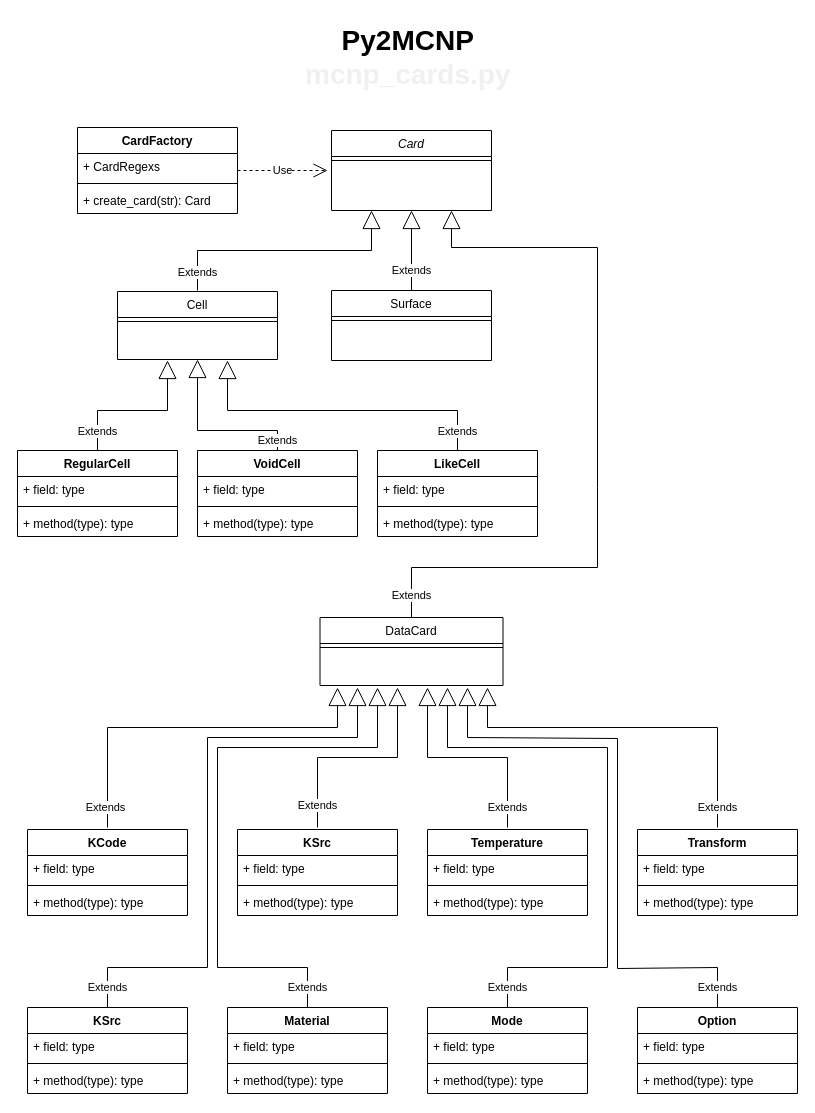
Before: Template_Editor/Diagrams/MCNPCardsDiagram.drawio in dbeauch/MUSE, a draw.io diagram. Source tidied: cells renumbered, new cells numbered last; positions are measured from the earlier drawing's top-left corner, leaving out a move shared by most shapes. Both pictures are drawn from the tidied source at 100%, with x=0, y=0 at pixel (17, 17).
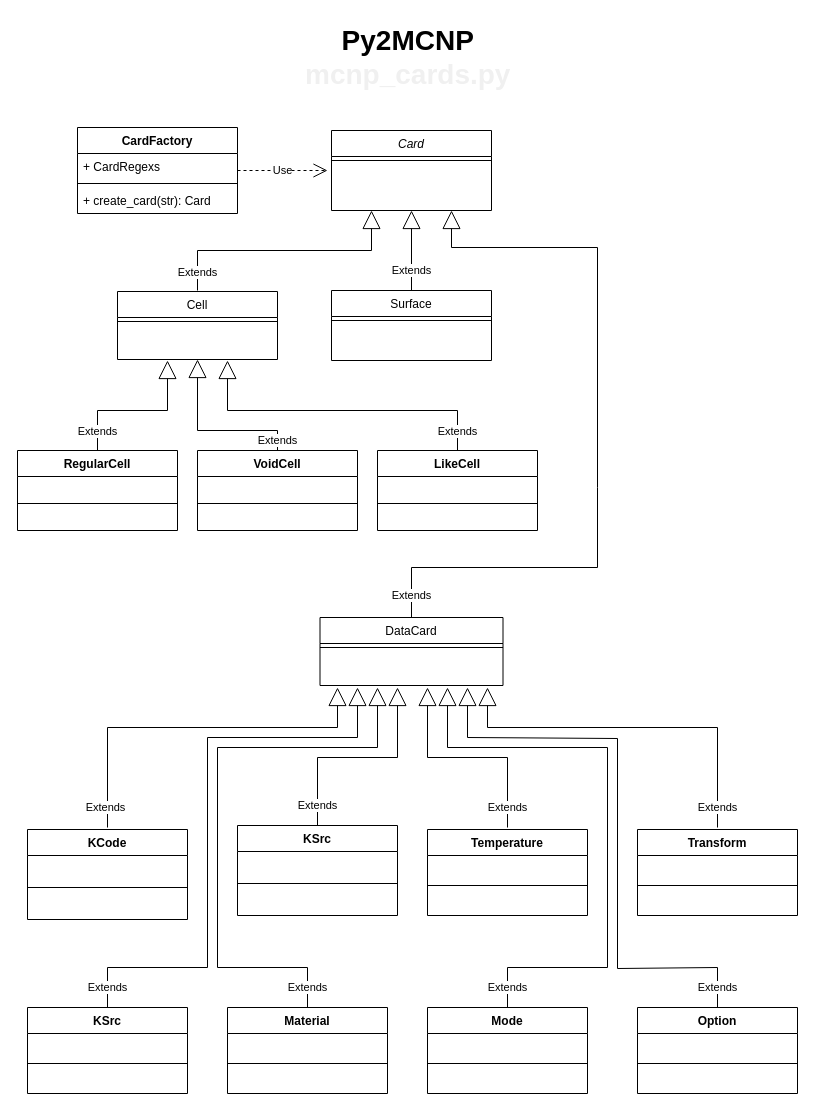
Above is the later version.

The change refers to these unchanged cells:
```xml
<mxCell id="29" value="Material" style="swimlane;fontStyle=1;align=center;verticalAlign=top;horizontal=1;startSize=26;whiteSpace=wrap;html=1;" parent="1" vertex="1">
  <mxGeometry x="210" y="990" width="160" height="86" as="geometry" />
</mxCell>
<mxCell id="34" value="Temperature" style="swimlane;fontStyle=1;align=center;verticalAlign=top;horizontal=1;startSize=26;whiteSpace=wrap;html=1;" parent="1" vertex="1">
  <mxGeometry x="410" y="812" width="160" height="86" as="geometry" />
</mxCell>
<mxCell id="39" value="KSrc" style="swimlane;fontStyle=1;align=center;verticalAlign=top;horizontal=1;startSize=26;whiteSpace=wrap;html=1;" parent="1" vertex="1">
  <mxGeometry x="10" y="990" width="160" height="86" as="geometry" />
</mxCell>
<mxCell id="44" value="Mode" style="swimlane;fontStyle=1;align=center;verticalAlign=top;horizontal=1;startSize=26;whiteSpace=wrap;html=1;" parent="1" vertex="1">
  <mxGeometry x="410" y="990" width="160" height="86" as="geometry" />
</mxCell>
<mxCell id="49" value="Transform" style="swimlane;fontStyle=1;align=center;verticalAlign=top;horizontal=1;startSize=26;whiteSpace=wrap;html=1;" parent="1" vertex="1">
  <mxGeometry x="620" y="812" width="160" height="86" as="geometry" />
</mxCell>
<mxCell id="54" value="Option" style="swimlane;fontStyle=1;align=center;verticalAlign=top;horizontal=1;startSize=26;whiteSpace=wrap;html=1;" parent="1" vertex="1">
  <mxGeometry x="620" y="990" width="160" height="86" as="geometry" />
</mxCell>
```

What changed in the source:
```diff
@@
     <mxCell id="12" value="LikeCell" style="swimlane;fontStyle=1;align=center;verticalAlign=top;horizontal=1;startSize=26;whiteSpace=wrap;html=1;" parent="1" vertex="1">
-      <mxGeometry x="360" y="433" width="160" height="86" as="geometry" />
+      <mxGeometry x="360" y="433" width="160" height="80" as="geometry" />
     </mxCell>
-    <mxCell id="13" value="+ field: type" style="text;strokeColor=none;fillColor=none;align=left;verticalAlign=top;spacingLeft=4;spacingRight=4;overflow=hidden;whiteSpace=wrap;html=1;" parent="12" vertex="1">
-      <mxGeometry y="26" width="160" height="26" as="geometry" />
-    </mxCell>
     <mxCell id="14" style="line;strokeWidth=1;fillColor=none;align=left;verticalAlign=middle;spacingTop=-1;spacingLeft=3;spacingRight=3;labelPosition=right;strokeColor=inherit;" parent="12" vertex="1">
-      <mxGeometry y="52" width="160" height="8" as="geometry" />
+      <mxGeometry y="26" width="160" height="54" as="geometry" />
     </mxCell>
-    <mxCell id="15" value="+ method(type): type" style="text;strokeColor=none;fillColor=none;align=left;verticalAlign=top;spacingLeft=4;spacingRight=4;overflow=hidden;whiteSpace=wrap;html=1;" parent="12" vertex="1">
-      <mxGeometry y="60" width="160" height="26" as="geometry" />
-    </mxCell>
-    <mxCell id="16" value="RegularCell" style="swimlane;fontStyle=1;align=center;verticalAlign=top;horizontal=1;startSize=26;whiteSpace=wrap;html=1;" parent="1" vertex="1">
-      <mxGeometry y="433" width="160" height="86" as="geometry" />
-    </mxCell>
-    <mxCell id="17" value="+ field: type" style="text;strokeColor=none;fillColor=none;align=left;verticalAlign=top;spacingLeft=4;spacingRight=4;overflow=hidden;whiteSpace=wrap;html=1;" parent="16" vertex="1">
-      <mxGeometry y="26" width="160" height="26" as="geometry" />
-    </mxCell>
-    <mxCell id="18" style="line;strokeWidth=1;fillColor=none;align=left;verticalAlign=middle;spacingTop=-1;spacingLeft=3;spacingRight=3;labelPosition=right;strokeColor=inherit;" parent="16" vertex="1">
-      <mxGeometry y="52" width="160" height="8" as="geometry" />
-    </mxCell>
-    <mxCell id="19" value="+ method(type): type" style="text;strokeColor=none;fillColor=none;align=left;verticalAlign=top;spacingLeft=4;spacingRight=4;overflow=hidden;whiteSpace=wrap;html=1;" parent="16" vertex="1">
-      <mxGeometry y="60" width="160" height="26" as="geometry" />
-    </mxCell>
     <mxCell id="20" value="KCode" style="swimlane;fontStyle=1;align=center;verticalAlign=top;horizontal=1;startSize=26;whiteSpace=wrap;html=1;" parent="1" vertex="1">
-      <mxGeometry x="10" y="812" width="160" height="86" as="geometry" />
+      <mxGeometry x="10" y="812" width="160" height="90" as="geometry" />
     </mxCell>
-    <mxCell id="21" value="+ field: type" style="text;strokeColor=none;fillColor=none;align=left;verticalAlign=top;spacingLeft=4;spacingRight=4;overflow=hidden;whiteSpace=wrap;html=1;" parent="20" vertex="1">
-      <mxGeometry y="26" width="160" height="26" as="geometry" />
-    </mxCell>
     <mxCell id="22" style="line;strokeWidth=1;fillColor=none;align=left;verticalAlign=middle;spacingTop=-1;spacingLeft=3;spacingRight=3;labelPosition=right;strokeColor=inherit;" parent="20" vertex="1">
-      <mxGeometry y="52" width="160" height="8" as="geometry" />
+      <mxGeometry y="26" width="160" height="64" as="geometry" />
     </mxCell>
-    <mxCell id="23" value="+ method(type): type" style="text;strokeColor=none;fillColor=none;align=left;verticalAlign=top;spacingLeft=4;spacingRight=4;overflow=hidden;whiteSpace=wrap;html=1;" parent="20" vertex="1">
-      <mxGeometry y="60" width="160" height="26" as="geometry" />
-    </mxCell>
@@
-    <mxCell id="25" value="KSrc" style="swimlane;fontStyle=1;align=center;verticalAlign=top;horizontal=1;startSize=26;whiteSpace=wrap;html=1;" parent="1" vertex="1">
-      <mxGeometry x="220" y="812" width="160" height="86" as="geometry" />
-    </mxCell>
-    <mxCell id="26" value="+ field: type" style="text;strokeColor=none;fillColor=none;align=left;verticalAlign=top;spacingLeft=4;spacingRight=4;overflow=hidden;whiteSpace=wrap;html=1;" parent="25" vertex="1">
-      <mxGeometry y="26" width="160" height="26" as="geometry" />
-    </mxCell>
-    <mxCell id="27" style="line;strokeWidth=1;fillColor=none;align=left;verticalAlign=middle;spacingTop=-1;spacingLeft=3;spacingRight=3;labelPosition=right;strokeColor=inherit;" parent="25" vertex="1">
-      <mxGeometry y="52" width="160" height="8" as="geometry" />
-    </mxCell>
-    <mxCell id="28" value="+ method(type): type" style="text;strokeColor=none;fillColor=none;align=left;verticalAlign=top;spacingLeft=4;spacingRight=4;overflow=hidden;whiteSpace=wrap;html=1;" parent="25" vertex="1">
-      <mxGeometry y="60" width="160" height="26" as="geometry" />
-    </mxCell>
@@
-    <mxCell id="31" value="+ field: type" style="text;strokeColor=none;fillColor=none;align=left;verticalAlign=top;spacingLeft=4;spacingRight=4;overflow=hidden;whiteSpace=wrap;html=1;" parent="29" vertex="1">
+    <mxCell id="31" value="&amp;nbsp;" style="text;strokeColor=none;fillColor=none;align=left;verticalAlign=top;spacingLeft=4;spacingRight=4;overflow=hidden;whiteSpace=wrap;html=1;" parent="29" vertex="1">
       <mxGeometry y="26" width="160" height="26" as="geometry" />
     </mxCell>
@@
-    <mxCell id="33" value="+ method(type): type" style="text;strokeColor=none;fillColor=none;align=left;verticalAlign=top;spacingLeft=4;spacingRight=4;overflow=hidden;whiteSpace=wrap;html=1;" parent="29" vertex="1">
+    <mxCell id="33" value="&amp;nbsp;" style="text;strokeColor=none;fillColor=none;align=left;verticalAlign=top;spacingLeft=4;spacingRight=4;overflow=hidden;whiteSpace=wrap;html=1;" parent="29" vertex="1">
       <mxGeometry y="60" width="160" height="26" as="geometry" />
     </mxCell>
@@
-    <mxCell id="35" value="+ field: type" style="text;strokeColor=none;fillColor=none;align=left;verticalAlign=top;spacingLeft=4;spacingRight=4;overflow=hidden;whiteSpace=wrap;html=1;" parent="34" vertex="1">
+    <mxCell id="35" value="&amp;nbsp;" style="text;strokeColor=none;fillColor=none;align=left;verticalAlign=top;spacingLeft=4;spacingRight=4;overflow=hidden;whiteSpace=wrap;html=1;" parent="34" vertex="1">
       <mxGeometry y="26" width="160" height="26" as="geometry" />
     </mxCell>
@@
-    <mxCell id="37" value="+ method(type): type" style="text;strokeColor=none;fillColor=none;align=left;verticalAlign=top;spacingLeft=4;spacingRight=4;overflow=hidden;whiteSpace=wrap;html=1;" parent="34" vertex="1">
+    <mxCell id="37" value="&amp;nbsp;" style="text;strokeColor=none;fillColor=none;align=left;verticalAlign=top;spacingLeft=4;spacingRight=4;overflow=hidden;whiteSpace=wrap;html=1;" parent="34" vertex="1">
       <mxGeometry y="60" width="160" height="26" as="geometry" />
     </mxCell>
@@
-    <mxCell id="41" value="+ field: type" style="text;strokeColor=none;fillColor=none;align=left;verticalAlign=top;spacingLeft=4;spacingRight=4;overflow=hidden;whiteSpace=wrap;html=1;" parent="39" vertex="1">
+    <mxCell id="41" value="&amp;nbsp;" style="text;strokeColor=none;fillColor=none;align=left;verticalAlign=top;spacingLeft=4;spacingRight=4;overflow=hidden;whiteSpace=wrap;html=1;" parent="39" vertex="1">
       <mxGeometry y="26" width="160" height="26" as="geometry" />
     </mxCell>
@@
-    <mxCell id="43" value="+ method(type): type" style="text;strokeColor=none;fillColor=none;align=left;verticalAlign=top;spacingLeft=4;spacingRight=4;overflow=hidden;whiteSpace=wrap;html=1;" parent="39" vertex="1">
+    <mxCell id="43" value="&amp;nbsp;" style="text;strokeColor=none;fillColor=none;align=left;verticalAlign=top;spacingLeft=4;spacingRight=4;overflow=hidden;whiteSpace=wrap;html=1;" parent="39" vertex="1">
       <mxGeometry y="60" width="160" height="26" as="geometry" />
     </mxCell>
@@
-    <mxCell id="46" value="+ field: type" style="text;strokeColor=none;fillColor=none;align=left;verticalAlign=top;spacingLeft=4;spacingRight=4;overflow=hidden;whiteSpace=wrap;html=1;" parent="44" vertex="1">
+    <mxCell id="46" value="&amp;nbsp;" style="text;strokeColor=none;fillColor=none;align=left;verticalAlign=top;spacingLeft=4;spacingRight=4;overflow=hidden;whiteSpace=wrap;html=1;" parent="44" vertex="1">
       <mxGeometry y="26" width="160" height="26" as="geometry" />
     </mxCell>
@@
-    <mxCell id="48" value="+ method(type): type" style="text;strokeColor=none;fillColor=none;align=left;verticalAlign=top;spacingLeft=4;spacingRight=4;overflow=hidden;whiteSpace=wrap;html=1;" parent="44" vertex="1">
+    <mxCell id="48" value="&amp;nbsp;" style="text;strokeColor=none;fillColor=none;align=left;verticalAlign=top;spacingLeft=4;spacingRight=4;overflow=hidden;whiteSpace=wrap;html=1;" parent="44" vertex="1">
       <mxGeometry y="60" width="160" height="26" as="geometry" />
     </mxCell>
@@
-    <mxCell id="50" value="+ field: type" style="text;strokeColor=none;fillColor=none;align=left;verticalAlign=top;spacingLeft=4;spacingRight=4;overflow=hidden;whiteSpace=wrap;html=1;" parent="49" vertex="1">
+    <mxCell id="50" value="&amp;nbsp;" style="text;strokeColor=none;fillColor=none;align=left;verticalAlign=top;spacingLeft=4;spacingRight=4;overflow=hidden;whiteSpace=wrap;html=1;" parent="49" vertex="1">
       <mxGeometry y="26" width="160" height="26" as="geometry" />
     </mxCell>
@@
-    <mxCell id="52" value="+ method(type): type" style="text;strokeColor=none;fillColor=none;align=left;verticalAlign=top;spacingLeft=4;spacingRight=4;overflow=hidden;whiteSpace=wrap;html=1;" parent="49" vertex="1">
+    <mxCell id="52" value="&amp;nbsp;" style="text;strokeColor=none;fillColor=none;align=left;verticalAlign=top;spacingLeft=4;spacingRight=4;overflow=hidden;whiteSpace=wrap;html=1;" parent="49" vertex="1">
       <mxGeometry y="60" width="160" height="26" as="geometry" />
     </mxCell>
@@
-    <mxCell id="55" value="+ field: type" style="text;strokeColor=none;fillColor=none;align=left;verticalAlign=top;spacingLeft=4;spacingRight=4;overflow=hidden;whiteSpace=wrap;html=1;" parent="54" vertex="1">
+    <mxCell id="55" value="&amp;nbsp;" style="text;strokeColor=none;fillColor=none;align=left;verticalAlign=top;spacingLeft=4;spacingRight=4;overflow=hidden;whiteSpace=wrap;html=1;" parent="54" vertex="1">
       <mxGeometry y="26" width="160" height="26" as="geometry" />
     </mxCell>
@@
-    <mxCell id="57" value="+ method(type): type" style="text;strokeColor=none;fillColor=none;align=left;verticalAlign=top;spacingLeft=4;spacingRight=4;overflow=hidden;whiteSpace=wrap;html=1;" parent="54" vertex="1">
+    <mxCell id="57" value="&amp;nbsp;" style="text;strokeColor=none;fillColor=none;align=left;verticalAlign=top;spacingLeft=4;spacingRight=4;overflow=hidden;whiteSpace=wrap;html=1;" parent="54" vertex="1">
       <mxGeometry y="60" width="160" height="26" as="geometry" />
     </mxCell>
-    <mxCell id="58" value="Extends" style="endArrow=block;endSize=16;endFill=0;html=1;rounded=0;exitX=0.5;exitY=0;exitDx=0;exitDy=0;" parent="1" edge="1" source="16">
+    <mxCell id="58" value="Extends" style="endArrow=block;endSize=16;endFill=0;html=1;rounded=0;exitX=0.5;exitY=0;exitDx=0;exitDy=0;" parent="1" edge="1">
       <mxGeometry x="-0.76" relative="1" as="geometry">
+        <mxPoint x="80" y="433" as="sourcePoint" />
         <mxPoint x="150" y="343" as="targetPoint" />
         <Array as="points">
           <mxPoint x="80" y="393" />
           <mxPoint x="150" y="393" />
         </Array>
       </mxGeometry>
     </mxCell>
@@
     <mxCell id="68" value="VoidCell" style="swimlane;fontStyle=1;align=center;verticalAlign=top;horizontal=1;startSize=26;whiteSpace=wrap;html=1;" parent="1" vertex="1">
-      <mxGeometry x="180" y="433" width="160" height="86" as="geometry" />
+      <mxGeometry x="180" y="433" width="160" height="80" as="geometry" />
     </mxCell>
-    <mxCell id="69" value="+ field: type" style="text;strokeColor=none;fillColor=none;align=left;verticalAlign=top;spacingLeft=4;spacingRight=4;overflow=hidden;whiteSpace=wrap;html=1;" parent="68" vertex="1">
-      <mxGeometry y="26" width="160" height="26" as="geometry" />
-    </mxCell>
     <mxCell id="70" style="line;strokeWidth=1;fillColor=none;align=left;verticalAlign=middle;spacingTop=-1;spacingLeft=3;spacingRight=3;labelPosition=right;strokeColor=inherit;" parent="68" vertex="1">
-      <mxGeometry y="52" width="160" height="8" as="geometry" />
+      <mxGeometry y="26" width="160" height="54" as="geometry" />
     </mxCell>
-    <mxCell id="71" value="+ method(type): type" style="text;strokeColor=none;fillColor=none;align=left;verticalAlign=top;spacingLeft=4;spacingRight=4;overflow=hidden;whiteSpace=wrap;html=1;" parent="68" vertex="1">
-      <mxGeometry y="60" width="160" height="26" as="geometry" />
-    </mxCell>
@@
+    <mxCell id="16" value="RegularCell" style="swimlane;fontStyle=1;align=center;verticalAlign=top;horizontal=1;startSize=26;whiteSpace=wrap;html=1;" parent="1" vertex="1">
+      <mxGeometry y="433" width="160" height="80" as="geometry" />
+    </mxCell>
+    <mxCell id="74" style="line;strokeWidth=1;fillColor=none;align=left;verticalAlign=middle;spacingTop=-1;spacingLeft=3;spacingRight=3;labelPosition=right;strokeColor=inherit;" parent="16" vertex="1">
+      <mxGeometry y="26" width="160" height="54" as="geometry" />
+    </mxCell>
+    <mxCell id="25" value="KSrc" style="swimlane;fontStyle=1;align=center;verticalAlign=top;horizontal=1;startSize=26;whiteSpace=wrap;html=1;" parent="1" vertex="1">
+      <mxGeometry x="220" y="808" width="160" height="90" as="geometry" />
+    </mxCell>
+    <mxCell id="75" style="line;strokeWidth=1;fillColor=none;align=left;verticalAlign=middle;spacingTop=-1;spacingLeft=3;spacingRight=3;labelPosition=right;strokeColor=inherit;" parent="25" vertex="1">
+      <mxGeometry y="26" width="160" height="64" as="geometry" />
+    </mxCell>
```
